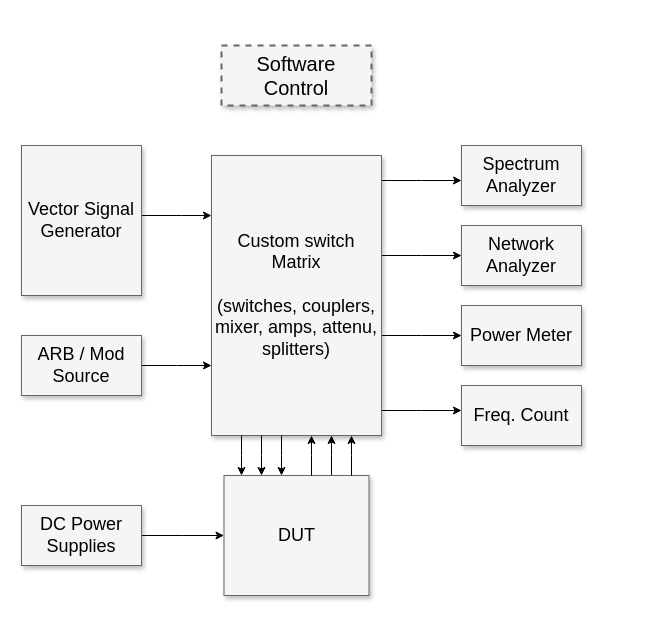
Above: Reference Materials/Untitled Diagram.drawio in MKme/ResQ (draw.io), before the change. Source tidied: cells renumbered, new cells numbered last; positions are measured from the earlier drawing's top-left corner, leaving out a move shared by most shapes. Both pictures are drawn from the tidied source at 100%, with x=0, y=0 at pixel (21, 45).
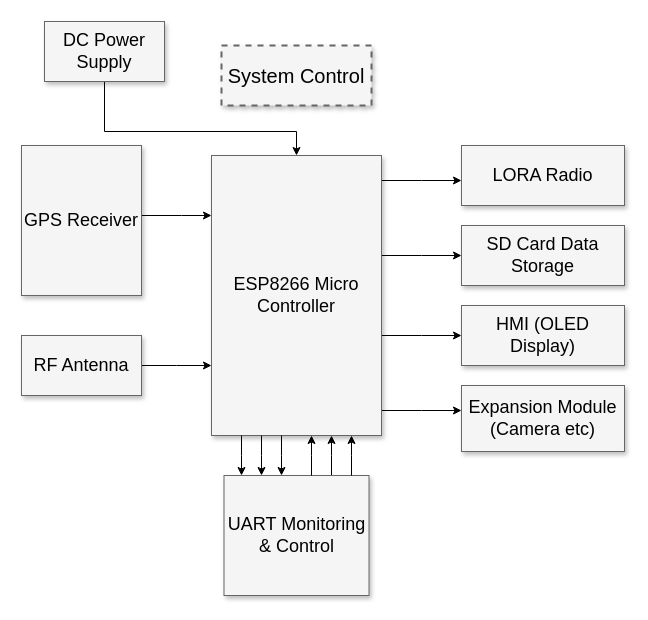
The same diagram, later.

Diff of the diagram source:
```diff
@@
-    <mxCell id="2" value="Software Control" style="whiteSpace=wrap;html=1;shadow=1;fontSize=20;fillColor=#f5f5f5;strokeColor=#666666;strokeWidth=2;dashed=1;" parent="1" vertex="1">
+    <mxCell id="2" value="System Control" style="whiteSpace=wrap;html=1;shadow=1;fontSize=20;fillColor=#f5f5f5;strokeColor=#666666;strokeWidth=2;dashed=1;" parent="1" vertex="1">
       <mxGeometry x="200" width="150" height="60" as="geometry" />
     </mxCell>
@@
-    <mxCell id="8" value="Custom switch Matrix&lt;div&gt;&lt;br&gt;&lt;/div&gt;&lt;div&gt;(switches, couplers, mixer, amps, attenu, splitters)&lt;/div&gt;" style="whiteSpace=wrap;html=1;shadow=1;fontSize=18;fillColor=#f5f5f5;strokeColor=#666666;" parent="1" vertex="1">
+    <mxCell id="8" value="ESP8266 Micro Controller" style="whiteSpace=wrap;html=1;shadow=1;fontSize=18;fillColor=#f5f5f5;strokeColor=#666666;" parent="1" vertex="1">
       <mxGeometry x="190" y="110" width="170" height="280" as="geometry" />
     </mxCell>
-    <mxCell id="9" value="Spectrum Analyzer" style="whiteSpace=wrap;html=1;shadow=1;fontSize=18;fillColor=#f5f5f5;strokeColor=#666666;" parent="1" vertex="1">
-      <mxGeometry x="440" y="100" width="120" height="60" as="geometry" />
+    <mxCell id="9" value="LORA Radio" style="whiteSpace=wrap;html=1;shadow=1;fontSize=18;fillColor=#f5f5f5;strokeColor=#666666;" parent="1" vertex="1">
+      <mxGeometry x="440" y="100" width="163" height="60" as="geometry" />
     </mxCell>
-    <mxCell id="10" value="Network Analyzer" style="whiteSpace=wrap;html=1;shadow=1;fontSize=18;fillColor=#f5f5f5;strokeColor=#666666;" parent="1" vertex="1">
-      <mxGeometry x="440" y="180" width="120" height="60" as="geometry" />
+    <mxCell id="10" value="SD Card Data Storage" style="whiteSpace=wrap;html=1;shadow=1;fontSize=18;fillColor=#f5f5f5;strokeColor=#666666;" parent="1" vertex="1">
+      <mxGeometry x="440" y="180" width="163" height="60" as="geometry" />
     </mxCell>
-    <mxCell id="11" value="Power Meter" style="whiteSpace=wrap;html=1;shadow=1;fontSize=18;fillColor=#f5f5f5;strokeColor=#666666;" parent="1" vertex="1">
-      <mxGeometry x="440" y="260" width="120" height="60" as="geometry" />
+    <mxCell id="11" value="HMI (OLED Display)" style="whiteSpace=wrap;html=1;shadow=1;fontSize=18;fillColor=#f5f5f5;strokeColor=#666666;" parent="1" vertex="1">
+      <mxGeometry x="440" y="260" width="163" height="60" as="geometry" />
     </mxCell>
-    <mxCell id="12" value="Freq. Count" style="whiteSpace=wrap;html=1;shadow=1;fontSize=18;fillColor=#f5f5f5;strokeColor=#666666;" parent="1" vertex="1">
-      <mxGeometry x="440" y="340" width="120" height="60" as="geometry" />
+    <mxCell id="12" value="Expansion Module (Camera etc)" style="whiteSpace=wrap;html=1;shadow=1;fontSize=18;fillColor=#f5f5f5;strokeColor=#666666;" parent="1" vertex="1">
+      <mxGeometry x="440" y="340" width="163" height="66" as="geometry" />
     </mxCell>
@@
-    <mxCell id="14" value="Vector Signal Generator" style="whiteSpace=wrap;html=1;shadow=1;fontSize=18;fillColor=#f5f5f5;strokeColor=#666666;" parent="1" vertex="1">
+    <mxCell id="14" value="GPS Receiver" style="whiteSpace=wrap;html=1;shadow=1;fontSize=18;fillColor=#f5f5f5;strokeColor=#666666;" parent="1" vertex="1">
       <mxGeometry y="100" width="120" height="150" as="geometry" />
     </mxCell>
@@
-    <mxCell id="16" value="ARB / Mod Source" style="whiteSpace=wrap;html=1;shadow=1;fontSize=18;fillColor=#f5f5f5;strokeColor=#666666;" parent="1" vertex="1">
+    <mxCell id="16" value="RF Antenna" style="whiteSpace=wrap;html=1;shadow=1;fontSize=18;fillColor=#f5f5f5;strokeColor=#666666;" parent="1" vertex="1">
       <mxGeometry y="290" width="120" height="60" as="geometry" />
     </mxCell>
-    <mxCell id="17" value="DUT" style="whiteSpace=wrap;html=1;shadow=1;fontSize=18;fillColor=#f5f5f5;strokeColor=#666666;" parent="1" vertex="1">
+    <mxCell id="17" value="UART Monitoring &amp;amp; Control" style="whiteSpace=wrap;html=1;shadow=1;fontSize=18;fillColor=#f5f5f5;strokeColor=#666666;" parent="1" vertex="1">
       <mxGeometry x="202.5" y="430" width="145" height="120" as="geometry" />
     </mxCell>
-    <mxCell id="18" style="edgeStyle=elbowEdgeStyle;rounded=0;html=1;startArrow=none;startFill=0;jettySize=auto;fontSize=18;elbow=vertical;" parent="1" edge="1" source="19" target="17">
-      <mxGeometry relative="1" as="geometry" />
+    <mxCell id="18" style="edgeStyle=elbowEdgeStyle;rounded=0;html=1;startArrow=none;startFill=0;jettySize=auto;fontSize=18;elbow=vertical;" parent="1" edge="1" source="19" target="8">
+      <mxGeometry relative="1" as="geometry">
+        <Array as="points">
+          <mxPoint x="173" y="86" />
+          <mxPoint x="223" y="436" />
+        </Array>
+      </mxGeometry>
     </mxCell>
-    <mxCell id="19" value="DC Power Supplies" style="whiteSpace=wrap;html=1;shadow=1;fontSize=18;fillColor=#f5f5f5;strokeColor=#666666;" parent="1" vertex="1">
-      <mxGeometry y="460" width="120" height="60" as="geometry" />
+    <mxCell id="19" value="DC Power Supply" style="whiteSpace=wrap;html=1;shadow=1;fontSize=18;fillColor=#f5f5f5;strokeColor=#666666;" parent="1" vertex="1">
+      <mxGeometry x="23" y="-24" width="120" height="60" as="geometry" />
     </mxCell>
```
